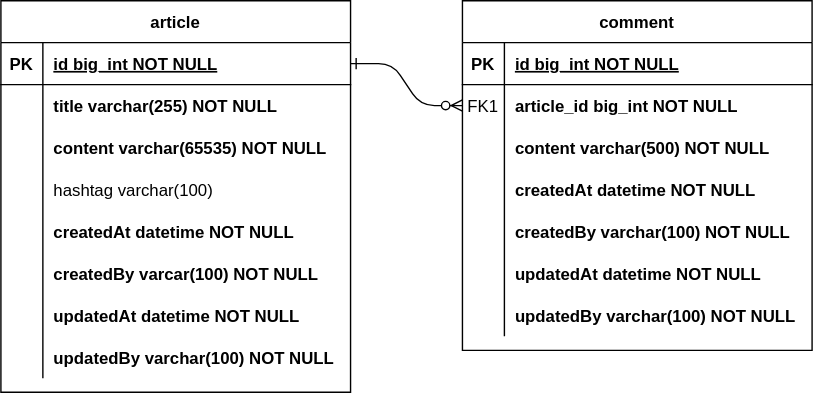
Earlier version of the draw.io export document/erd.svg (code-spectre/spring-board). Source tidied: cells renumbered, new cells last; positions are measured from the earlier drawing's top-left corner, leaving out a move shared by most shapes.
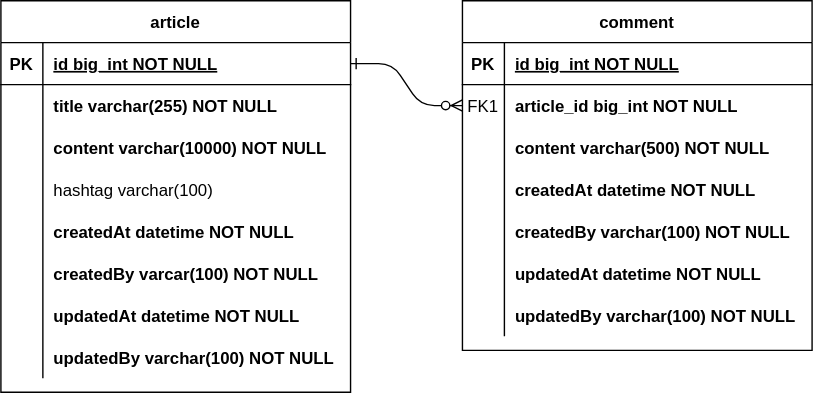
Later version of the same file.

Change to the diagram source:
```diff
@@ -98,7 +98,7 @@
     <mxCell id="33" style="shape=partialRectangle;overflow=hidden;fillColor=none;top=0;left=0;bottom=0;right=0;" parent="32" vertex="1">
       <mxGeometry width="30" height="30" as="geometry" />
     </mxCell>
-    <mxCell id="34" value="content varchar(65535) NOT NULL" style="shape=partialRectangle;overflow=hidden;fillColor=none;top=0;left=0;bottom=0;right=0;align=left;spacingLeft=6;fontStyle=1;" parent="32" vertex="1">
+    <mxCell id="34" value="content varchar(10000) NOT NULL" style="shape=partialRectangle;overflow=hidden;fillColor=none;top=0;left=0;bottom=0;right=0;align=left;spacingLeft=6;fontStyle=1;" parent="32" vertex="1">
       <mxGeometry x="30" width="220" height="30" as="geometry" />
     </mxCell>
     <mxCell id="35" style="shape=partialRectangle;fillColor=none;top=0;left=0;right=0;bottom=0;" parent="25" vertex="1">
```
